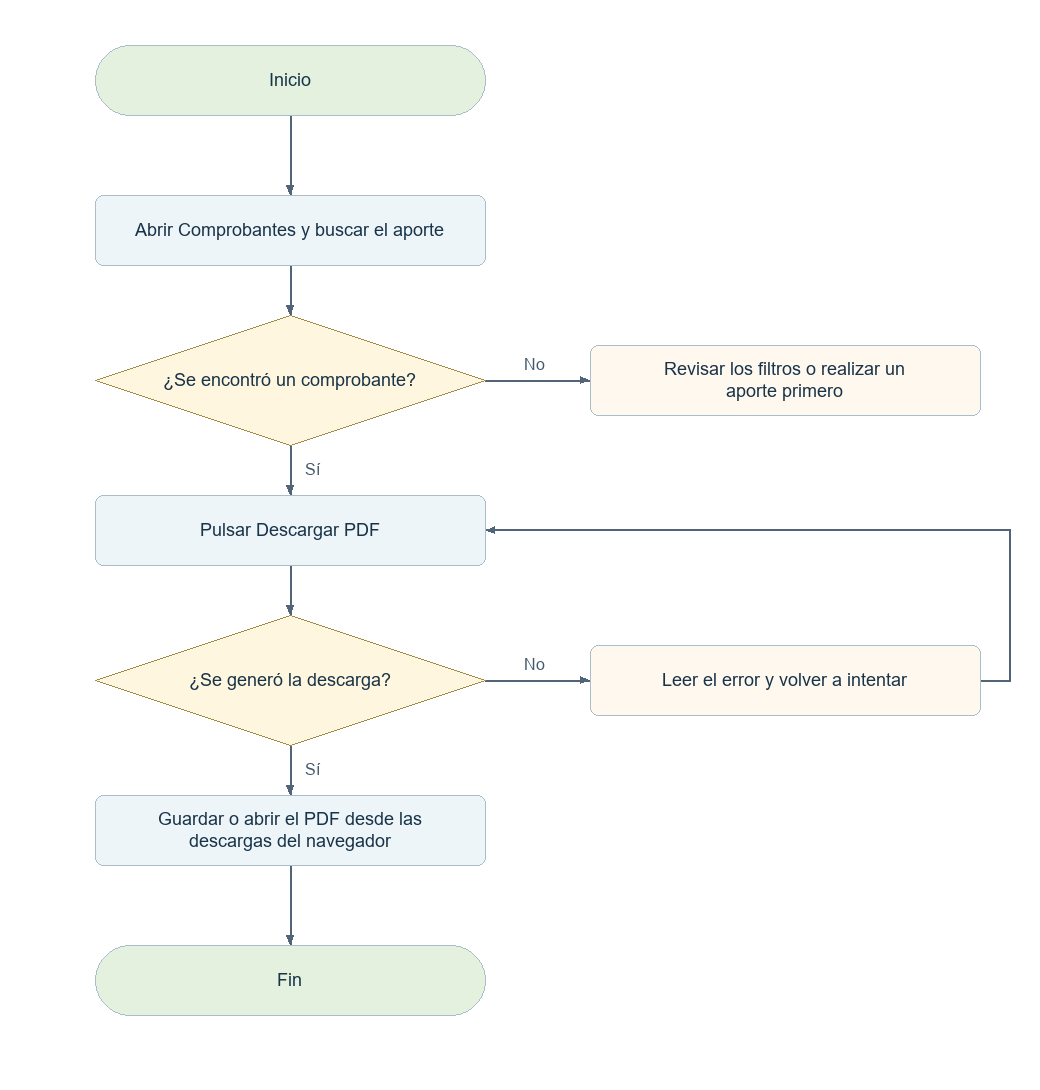
Earlier version of the Mermaid export docs/diagramas-web/png/D05.png (elingeyesdev/t3-crowdfunding-inversion). Its source is kept beside it as docs/diagramas-web/mermaid/D05.mmd. The source it was exported from:
```mermaid
flowchart TD
  N0(["Inicio"])
  N0 --> N1
  N1["Abrir Comprobantes y buscar el aporte"]
  N1 --> N2
  N2{"¿Se encontró un comprobante?"}
  N2 -->|"Sí"| N3
  B2(["Revisar los filtros o realizar un aporte primero"])
  N2 -->|"No"| B2
  N3["Pulsar Descargar PDF"]
  N3 --> N4
  N4{"¿Se generó la descarga?"}
  N4 -->|"Sí"| N5
  B4["Leer el error y volver a intentar"]
  N4 -->|"No"| B4
  B4 --> N3
  N5["Guardar o abrir el PDF desde las descargas del navegador"]
  N5 --> N6
  N6(["Fin"])
```
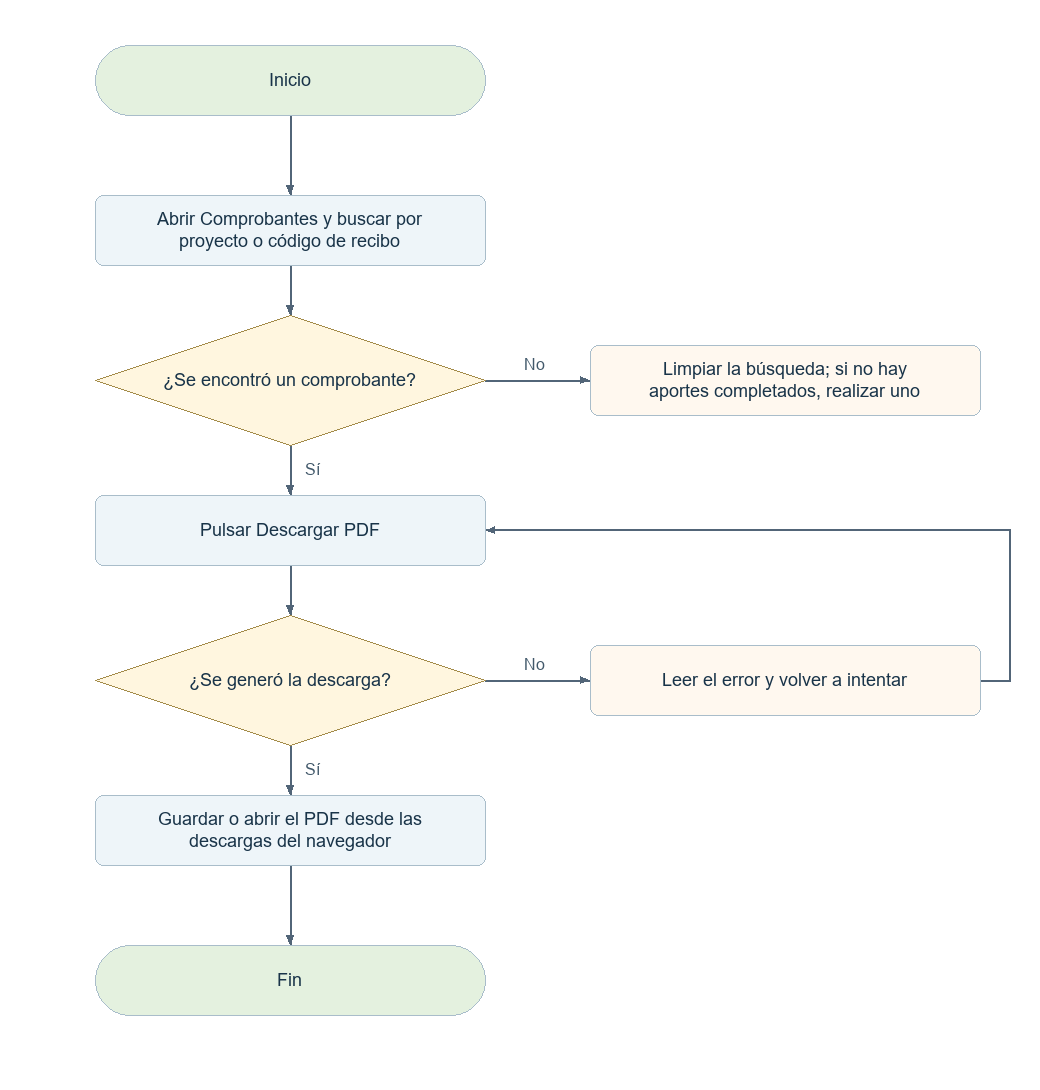
After the commit.

What changed in the source:
```diff
@@ -1,11 +1,11 @@
 flowchart TD
   N0(["Inicio"])
   N0 --> N1
-  N1["Abrir Comprobantes y buscar el aporte"]
+  N1["Abrir Comprobantes y buscar por proyecto o código de recibo"]
   N1 --> N2
   N2{"¿Se encontró un comprobante?"}
   N2 -->|"Sí"| N3
-  B2(["Revisar los filtros o realizar un aporte primero"])
+  B2(["Limpiar la búsqueda; si no hay aportes completados, realizar uno"])
   N2 -->|"No"| B2
   N3["Pulsar Descargar PDF"]
   N3 --> N4
```
